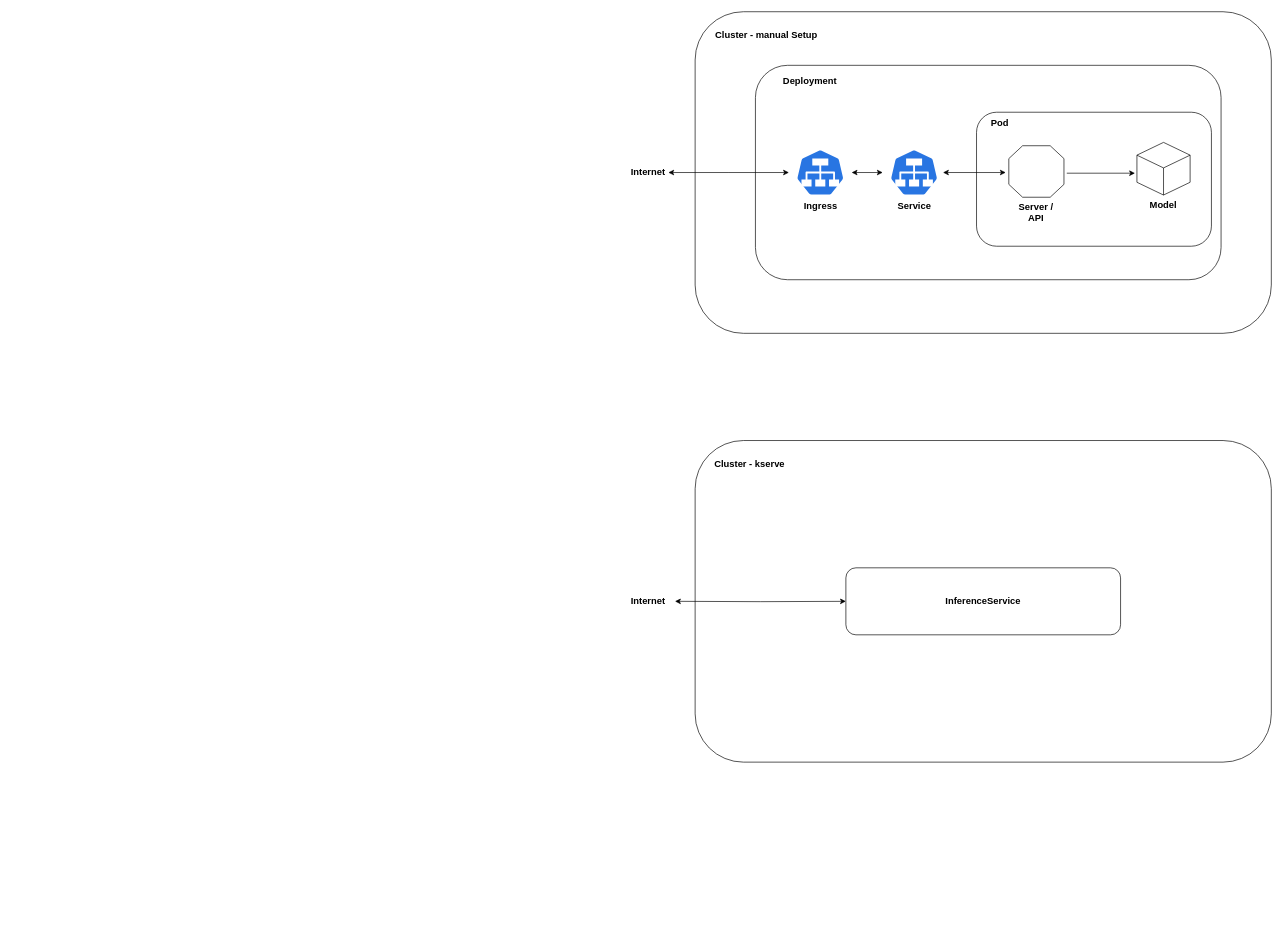
philwork613/rand keeps this draw.io diagram as inferenceservice.drawio. Above is the earlier version. Source tidied: cells renumbered, new cells numbered last; positions are measured from the earlier drawing's top-left corner, leaving out a move shared by most shapes. Both pictures are drawn from the tidied source at 67%, with x=0, y=0 at pixel (628, 11).
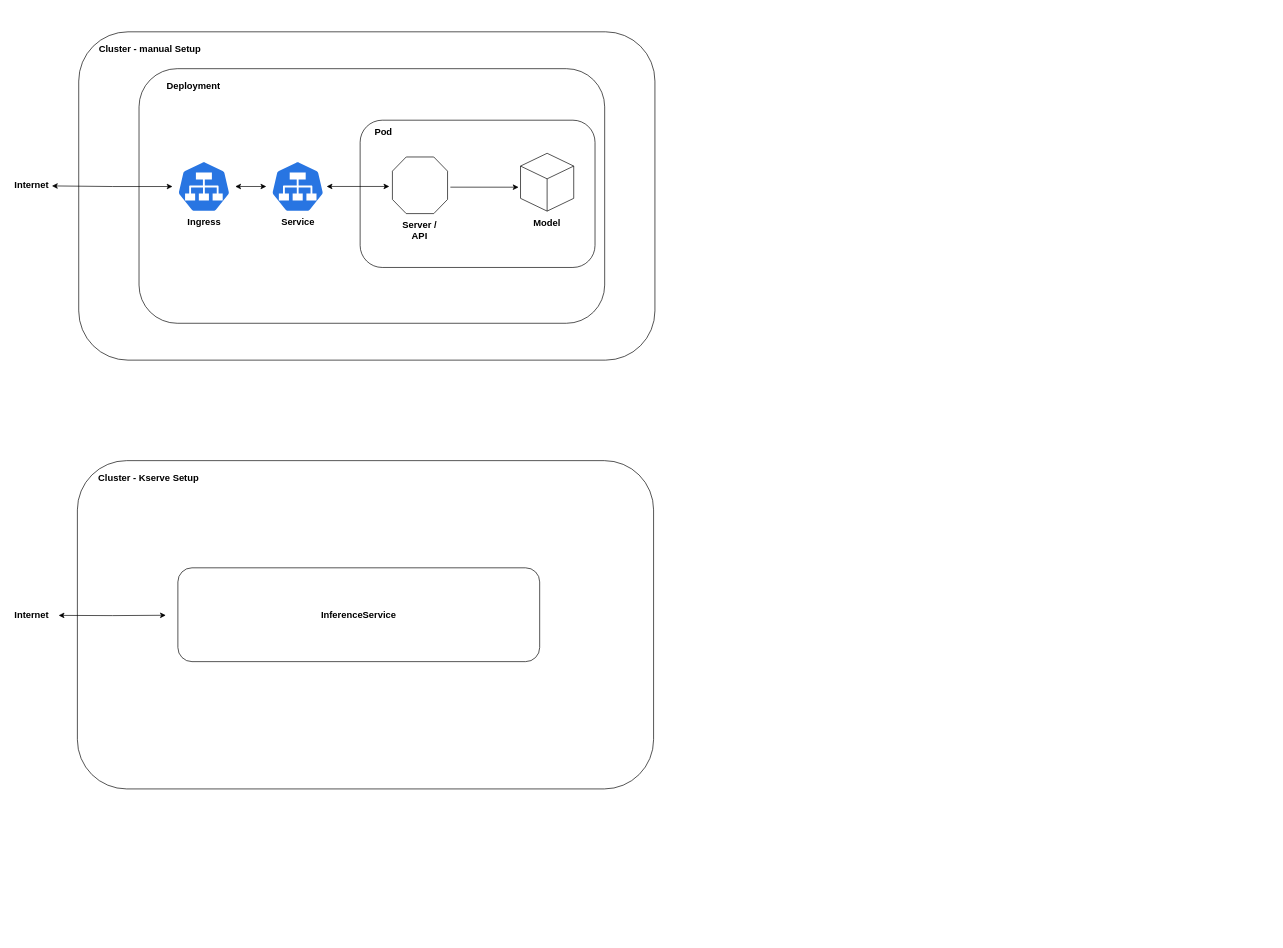
After the change.

Diff of the diagram source:
```diff
@@
     <mxCell id="2" style="group;" parent="1" vertex="1">
-      <mxGeometry x="100" width="860" height="740" as="geometry" />
+      <mxGeometry x="-820" y="30" width="860" height="540" as="geometry" />
     </mxCell>
     <mxCell id="3" style="rounded=1;whiteSpace=wrap;html=1;fillColor=none;" parent="2" vertex="1">
-      <mxGeometry width="860" height="480" as="geometry" />
+      <mxGeometry width="860" height="490" as="geometry" />
     </mxCell>
     <mxCell id="4" value="&lt;font style=&quot;font-size: 14px;&quot;&gt;&lt;b&gt;Cluster - manual Setup&lt;/b&gt;&lt;/font&gt;" style="text;html=1;strokeColor=none;fillColor=none;align=center;verticalAlign=middle;whiteSpace=wrap;rounded=0;" parent="2" vertex="1">
-      <mxGeometry x="22.6" y="20" width="167.4" height="30" as="geometry" />
+      <mxGeometry x="22.6" y="14.6" width="167.4" height="21.9" as="geometry" />
     </mxCell>
     <mxCell id="5" style="group;" parent="2" vertex="1">
-      <mxGeometry x="90" y="80" width="717.5" height="320" as="geometry" />
+      <mxGeometry x="90" y="55" width="717.5" height="380" as="geometry" />
     </mxCell>
     <mxCell id="6" style="rounded=1;whiteSpace=wrap;html=1;fillColor=none;" parent="5" vertex="1">
-      <mxGeometry width="695" height="320" as="geometry" />
+      <mxGeometry width="695" height="380" as="geometry" />
     </mxCell>
     <mxCell id="7" value="&lt;font style=&quot;font-size: 14px;&quot;&gt;&lt;b&gt;Deployment&lt;/b&gt;&lt;/font&gt;" style="text;html=1;strokeColor=none;fillColor=none;align=center;verticalAlign=middle;whiteSpace=wrap;rounded=0;" parent="5" vertex="1">
-      <mxGeometry x="53.5" y="13.3" width="54.9" height="20" as="geometry" />
+      <mxGeometry x="53.5" y="14.7" width="54.9" height="22" as="geometry" />
     </mxCell>
     <mxCell id="8" style="group;" parent="5" vertex="1">
-      <mxGeometry x="330" y="70" width="387.5" height="200" as="geometry" />
+      <mxGeometry x="330" y="76.9" width="387.5" height="219.8" as="geometry" />
     </mxCell>
     <mxCell id="9" style="rounded=1;whiteSpace=wrap;html=1;fillColor=none;" parent="8" vertex="1">
-      <mxGeometry width="350.6" height="200" as="geometry" />
+      <mxGeometry width="350.6" height="219.8" as="geometry" />
     </mxCell>
     <mxCell id="10" value="&lt;font style=&quot;font-size: 14px;&quot;&gt;&lt;b&gt;Pod&lt;/b&gt;&lt;/font&gt;" style="text;html=1;strokeColor=none;fillColor=none;align=center;verticalAlign=middle;whiteSpace=wrap;rounded=0;" parent="8" vertex="1">
-      <mxGeometry x="20.6" y="10" width="27.7" height="12.5" as="geometry" />
+      <mxGeometry x="20.6" y="11" width="27.7" height="13.7" as="geometry" />
     </mxCell>
     <mxCell id="11" style="group;" parent="8" vertex="1">
-      <mxGeometry x="226.2" y="45" width="105.9" height="110" as="geometry" />
+      <mxGeometry x="226.2" y="49.4" width="105.9" height="120.9" as="geometry" />
     </mxCell>
     <mxCell id="12" style="html=1;whiteSpace=wrap;shape=isoCube2;backgroundOutline=1;isoAngle=15;fillColor=none;" parent="11" vertex="1">
-      <mxGeometry x="13.2" width="79.4" height="78.6" as="geometry" />
+      <mxGeometry x="13.2" width="79.4" height="86.3" as="geometry" />
     </mxCell>
     <mxCell id="13" value="&lt;b&gt;&lt;font style=&quot;font-size: 14px;&quot;&gt;Model&lt;/font&gt;&lt;/b&gt;" style="whiteSpace=wrap;html=1;fillColor=none;strokeColor=none;" parent="11" vertex="1">
-      <mxGeometry y="78.6" width="105.9" height="31.4" as="geometry" />
+      <mxGeometry y="86.3" width="105.9" height="34.5" as="geometry" />
     </mxCell>
     <mxCell id="14" style="group;" parent="8" vertex="1">
-      <mxGeometry x="48.2" y="50" width="82.3" height="100" as="geometry" />
+      <mxGeometry x="48.2" y="54.9" width="82.3" height="109.9" as="geometry" />
     </mxCell>
     <mxCell id="15" style="verticalLabelPosition=bottom;verticalAlign=top;html=1;shape=mxgraph.basic.polygon;polyCoords=[[0.25,0],[0.75,0],[1,0.25],[1,0.75],[0.75,1],[0.25,1],[0,0.75],[0,0.25]];polyline=0;fillColor=none;" parent="14" vertex="1">
-      <mxGeometry width="82.3" height="76.9" as="geometry" />
+      <mxGeometry width="82.3" height="84.5" as="geometry" />
     </mxCell>
     <mxCell id="16" value="&lt;font style=&quot;font-size: 14px;&quot;&gt;&lt;b&gt;Server / API&lt;/b&gt;&lt;/font&gt;" style="text;html=1;strokeColor=none;fillColor=none;align=center;verticalAlign=middle;whiteSpace=wrap;rounded=0;" parent="14" vertex="1">
-      <mxGeometry x="4.1" y="87.5" width="74" height="23.1" as="geometry" />
+      <mxGeometry x="4.1" y="96.1" width="74" height="25.4" as="geometry" />
     </mxCell>
     <mxCell id="17" style="endArrow=classic;html=1;rounded=0;exitX=1.051;exitY=0.533;exitDx=0;exitDy=0;exitPerimeter=0;" parent="8" edge="1" source="15">
       <mxGeometry relative="1" as="geometry">
-        <mxPoint x="236.5" y="91" as="targetPoint" />
+        <mxPoint x="236.5" y="100" as="targetPoint" />
       </mxGeometry>
     </mxCell>
     <mxCell id="18" style="endArrow=classic;startArrow=classic;html=1;rounded=0;" parent="8" edge="1">
       <mxGeometry relative="1" as="geometry">
-        <mxPoint x="-50" y="90" as="sourcePoint" />
-        <mxPoint x="43.6" y="90" as="targetPoint" />
+        <mxPoint x="-50" y="98.9" as="sourcePoint" />
+        <mxPoint x="43.6" y="98.9" as="targetPoint" />
       </mxGeometry>
     </mxCell>
     <mxCell id="19" value="&lt;b&gt;&lt;font style=&quot;font-size: 14px;&quot;&gt;Service&lt;/font&gt;&lt;/b&gt;" style="sketch=0;html=1;dashed=0;whitespace=wrap;fillColor=#2875E2;strokeColor=#ffffff;points=[[0.005,0.63,0],[0.1,0.2,0],[0.9,0.2,0],[0.5,0,0],[0.995,0.63,0],[0.72,0.99,0],[0.5,1,0],[0.28,0.99,0]];verticalLabelPosition=bottom;align=center;verticalAlign=top;shape=mxgraph.kubernetes.icon;prIcon=svc;" parent="5" vertex="1">
-      <mxGeometry x="190" y="125" width="93.6" height="70" as="geometry" />
+      <mxGeometry x="190" y="137.4" width="93.6" height="76.9" as="geometry" />
     </mxCell>
@@
     <mxCell id="21" value="&lt;span style=&quot;font-size: 14px;&quot;&gt;&lt;b&gt;Ingress&lt;/b&gt;&lt;/span&gt;" style="sketch=0;html=1;dashed=0;whitespace=wrap;fillColor=#2875E2;strokeColor=#ffffff;points=[[0.005,0.63,0],[0.1,0.2,0],[0.9,0.2,0],[0.5,0,0],[0.995,0.63,0],[0.72,0.99,0],[0.5,1,0],[0.28,0.99,0]];verticalLabelPosition=bottom;align=center;verticalAlign=top;shape=mxgraph.kubernetes.icon;prIcon=svc;" parent="5" vertex="1">
-      <mxGeometry x="50" y="125" width="93.6" height="70" as="geometry" />
+      <mxGeometry x="50" y="137.4" width="93.6" height="76.9" as="geometry" />
     </mxCell>
     <mxCell id="22" style="edgeStyle=orthogonalEdgeStyle;rounded=0;jettySize=auto;html=1;startArrow=classic;startFill=1;" parent="1" edge="1" source="21">
       <mxGeometry relative="1" as="geometry">
-        <mxPoint x="60" y="240" as="targetPoint" />
+        <mxPoint x="-860" y="260" as="targetPoint" />
       </mxGeometry>
     </mxCell>
     <mxCell id="23" value="&lt;b&gt;&lt;font style=&quot;font-size: 14px;&quot;&gt;Internet&lt;/font&gt;&lt;/b&gt;" style="text;html=1;strokeColor=none;fillColor=none;align=center;verticalAlign=middle;whiteSpace=wrap;rounded=0;" parent="1" vertex="1">
-      <mxGeometry y="224" width="60" height="30" as="geometry" />
+      <mxGeometry x="-920" y="244" width="60" height="30" as="geometry" />
     </mxCell>
-    <mxCell id="24" style="group;rounded=0;" parent="1" vertex="1">
-      <mxGeometry x="100" y="640" width="860" height="740" as="geometry" />
-    </mxCell>
-    <mxCell id="25" style="rounded=1;whiteSpace=wrap;html=1;fillColor=none;" parent="24" vertex="1">
-      <mxGeometry width="860" height="480" as="geometry" />
-    </mxCell>
-    <mxCell id="26" value="&lt;font style=&quot;font-size: 14px;&quot;&gt;&lt;b&gt;Cluster - kserve&lt;/b&gt;&lt;/font&gt;" style="text;html=1;strokeColor=none;fillColor=none;align=center;verticalAlign=middle;whiteSpace=wrap;rounded=0;" parent="24" vertex="1">
-      <mxGeometry x="22.6" y="20" width="117.4" height="30" as="geometry" />
-    </mxCell>
+    <mxCell id="30" style="group;" parent="1" vertex="1">
+      <mxGeometry x="-822" y="670" width="860" height="540" as="geometry" />
+    </mxCell>
+    <mxCell id="31" style="rounded=1;whiteSpace=wrap;html=1;fillColor=none;" parent="30" vertex="1">
+      <mxGeometry width="860" height="490" as="geometry" />
+    </mxCell>
+    <mxCell id="32" value="&lt;font style=&quot;font-size: 14px;&quot;&gt;&lt;b&gt;Cluster - Kserve Setup&lt;/b&gt;&lt;/font&gt;" style="text;html=1;strokeColor=none;fillColor=none;align=center;verticalAlign=middle;whiteSpace=wrap;rounded=0;" parent="30" vertex="1">
+      <mxGeometry x="22.6" y="14.6" width="167.4" height="21.9" as="geometry" />
+    </mxCell>
-    <mxCell id="27" value="&lt;b&gt;&lt;font style=&quot;font-size: 14px;&quot;&gt;InferenceService&lt;/font&gt;&lt;/b&gt;" style="rounded=1;whiteSpace=wrap;html=1;fillColor=none;" parent="24" vertex="1">
-      <mxGeometry x="225" y="190" width="410" height="100" as="geometry" />
+    <mxCell id="27" value="&lt;font size=&quot;1&quot;&gt;&lt;b style=&quot;font-size: 14px;&quot;&gt;InferenceService&lt;/b&gt;&lt;/font&gt;" style="rounded=1;whiteSpace=wrap;html=1;" parent="30" vertex="1">
+      <mxGeometry x="150" y="160" width="540" height="140" as="geometry" />
     </mxCell>
-    <mxCell id="28" style="edgeStyle=orthogonalEdgeStyle;rounded=0;jettySize=auto;html=1;startArrow=classic;startFill=1;" parent="1" edge="1" target="27">
-      <mxGeometry relative="1" as="geometry">
-        <mxPoint x="70" y="880" as="sourcePoint" />
-      </mxGeometry>
-    </mxCell>
+    <mxCell id="33" style="edgeStyle=orthogonalEdgeStyle;rounded=0;orthogonalLoop=1;jettySize=auto;html=1;startArrow=classic;startFill=1;" parent="1" edge="1">
+      <mxGeometry relative="1" as="geometry">
+        <mxPoint x="-690" y="900.8" as="sourcePoint" />
+        <mxPoint x="-850" y="901" as="targetPoint" />
+      </mxGeometry>
+    </mxCell>
     <mxCell id="29" value="&lt;b&gt;&lt;font style=&quot;font-size: 14px;&quot;&gt;Internet&lt;/font&gt;&lt;/b&gt;" style="text;html=1;strokeColor=none;fillColor=none;align=center;verticalAlign=middle;whiteSpace=wrap;rounded=0;" parent="1" vertex="1">
-      <mxGeometry y="865" width="60" height="30" as="geometry" />
+      <mxGeometry x="-920" y="886" width="60" height="30" as="geometry" />
     </mxCell>
```
